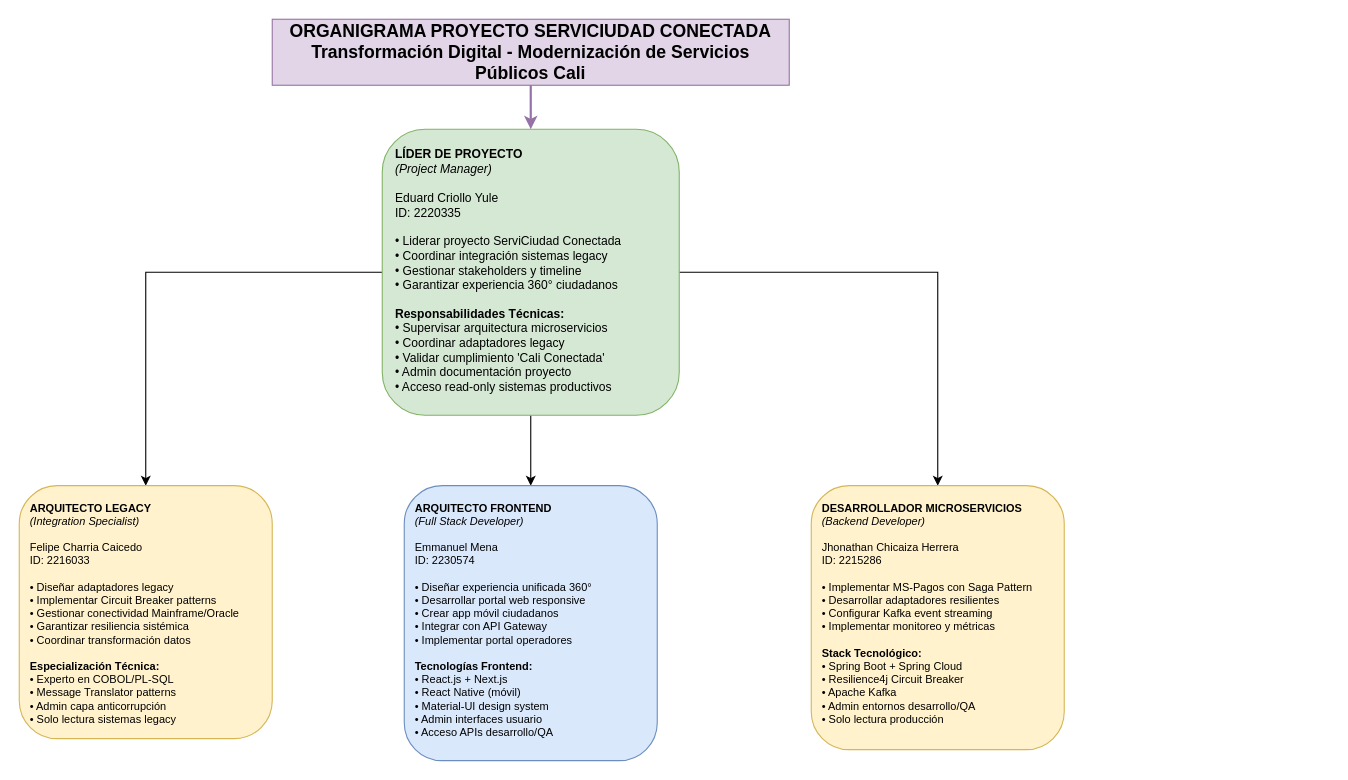
LeonarDPeace/Ingenieria-Software-2 keeps this draw.io diagram as Graficos/Xml/0. Organigrama.drawio.xml. Above is the earlier version. Source tidied: cells renumbered, new cells numbered last; positions are measured from the earlier drawing's top-left corner, leaving out a move shared by most shapes. Both pictures are drawn from the tidied source at 110%, with x=0, y=0 at pixel (19, 19).
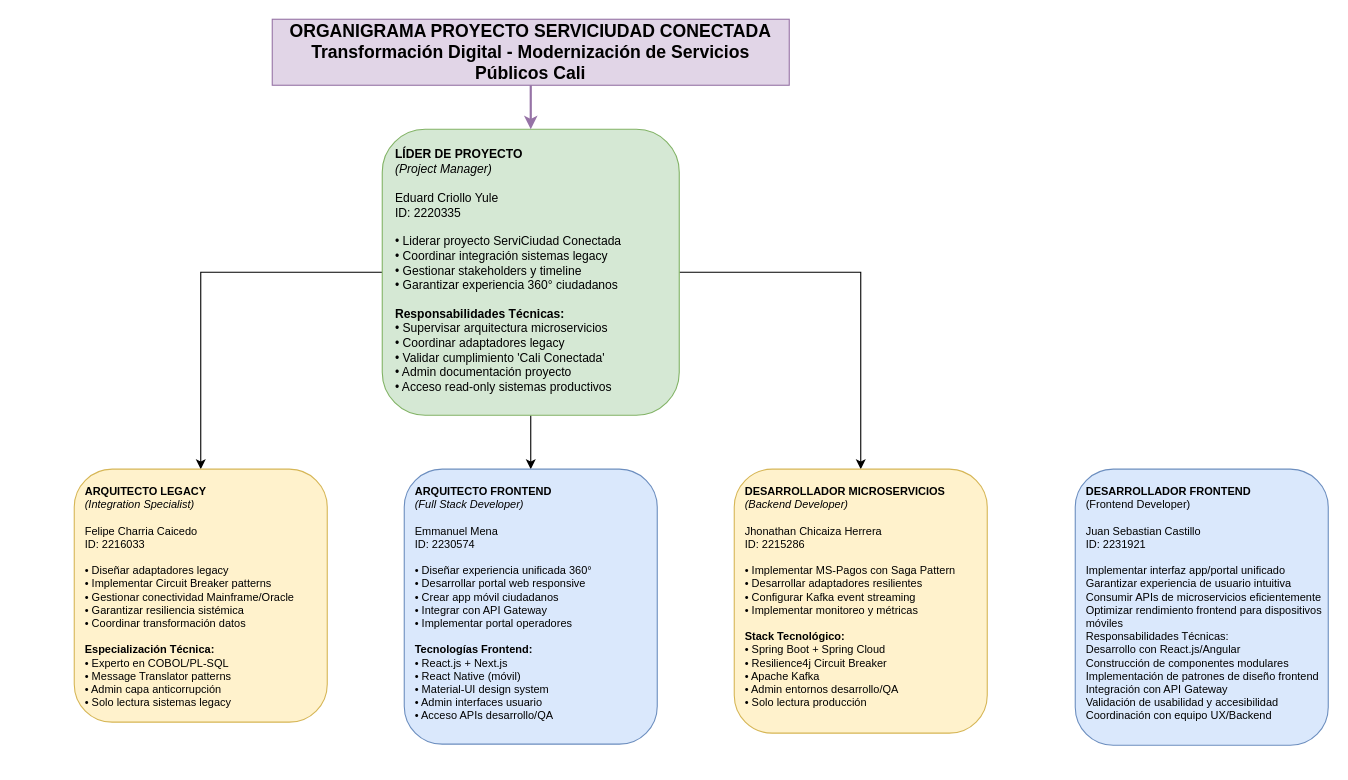
The same page after the edit.

The edit, as a diff of the source:
```diff
@@
 <mxGraphModel>
   <root>
     <mxCell id="0" />
     <mxCell id="1" parent="0" />
     <mxCell id="2" value="ORGANIGRAMA PROYECTO SERVICIUDAD CONECTADA&#10;Transformación Digital - Modernización de Servicios Públicos Cali" style="rounded=0;whiteSpace=wrap;html=1;fontSize=16;fontStyle=1;fillColor=#e1d5e7;strokeColor=#9673a6;align=center;" parent="1" vertex="1">
       <mxGeometry x="230" width="470" height="60" as="geometry" />
     </mxCell>
     <mxCell id="3" style="edgeStyle=orthogonalEdgeStyle;rounded=0;jettySize=auto;html=1;entryX=0.5;entryY=0;entryDx=0;entryDy=0;" parent="1" edge="1" source="6" target="8">
       <mxGeometry relative="1" as="geometry" />
     </mxCell>
     <mxCell id="4" style="edgeStyle=orthogonalEdgeStyle;rounded=0;jettySize=auto;html=1;entryX=0.5;entryY=0;entryDx=0;entryDy=0;" parent="1" edge="1" source="6" target="9">
       <mxGeometry relative="1" as="geometry" />
     </mxCell>
     <mxCell id="5" style="edgeStyle=orthogonalEdgeStyle;rounded=0;jettySize=auto;html=1;entryX=0.5;entryY=0;entryDx=0;entryDy=0;" parent="1" edge="1" source="6" target="10">
       <mxGeometry relative="1" as="geometry" />
     </mxCell>
     <mxCell id="6" value="&lt;b&gt;LÍDER DE PROYECTO&lt;/b&gt;&#10;&lt;i&gt;(Project Manager)&lt;/i&gt;&#10;&#10;Eduard Criollo Yule&#10;ID: 2220335&#10;&#10;• Liderar proyecto ServiCiudad Conectada&#10;• Coordinar integración sistemas legacy&#10;• Gestionar stakeholders y timeline&#10;• Garantizar experiencia 360° ciudadanos&#10;&#10;&lt;b&gt;Responsabilidades Técnicas:&lt;/b&gt;&#10;• Supervisar arquitectura microservicios&#10;• Coordinar adaptadores legacy&#10;• Validar cumplimiento 'Cali Conectada'&#10;• Admin documentación proyecto&#10;• Acceso read-only sistemas productivos" style="rounded=1;whiteSpace=wrap;html=1;fontSize=11;fillColor=#d5e8d4;strokeColor=#82b366;align=left;verticalAlign=top;spacingLeft=10;spacingTop=10;" parent="1" vertex="1">
       <mxGeometry x="330" y="100" width="270" height="260" as="geometry" />
     </mxCell>
     <mxCell id="7" style="edgeStyle=orthogonalEdgeStyle;rounded=0;jettySize=auto;html=1;strokeWidth=2;fillColor=#e1d5e7;strokeColor=#9673a6;" parent="1" edge="1" source="2" target="6">
       <mxGeometry relative="1" as="geometry" />
     </mxCell>
     <mxCell id="8" value="&lt;b&gt;ARQUITECTO LEGACY&lt;/b&gt;&#10;&lt;i&gt;(Integration Specialist)&lt;/i&gt;&#10;&#10;Felipe Charria Caicedo&#10;ID: 2216033&#10;&#10;• Diseñar adaptadores legacy&#10;• Implementar Circuit Breaker patterns&#10;• Gestionar conectividad Mainframe/Oracle&#10;• Garantizar resiliencia sistémica&#10;• Coordinar transformación datos&#10;&#10;&lt;b&gt;Especialización Técnica:&lt;/b&gt;&#10;• Experto en COBOL/PL-SQL&#10;• Message Translator patterns&#10;• Admin capa anticorrupción&#10;• Solo lectura sistemas legacy" style="rounded=1;whiteSpace=wrap;html=1;fontSize=10;fillColor=#fff2cc;strokeColor=#d6b656;align=left;verticalAlign=top;spacingLeft=8;spacingTop=8;" parent="1" vertex="1">
-      <mxGeometry y="424" width="230" height="230" as="geometry" />
+      <mxGeometry x="50" y="409" width="230" height="230" as="geometry" />
     </mxCell>
     <mxCell id="9" value="&lt;b&gt;DESARROLLADOR MICROSERVICIOS&lt;/b&gt;&#10;&lt;i&gt;(Backend Developer)&lt;/i&gt;&#10;&#10;Jhonathan Chicaiza Herrera&#10;ID: 2215286&#10;&#10;• Implementar MS-Pagos con Saga Pattern&#10;• Desarrollar adaptadores resilientes&#10;• Configurar Kafka event streaming&#10;• Implementar monitoreo y métricas&#10;&#10;&lt;b&gt;Stack Tecnológico:&lt;/b&gt;&#10;• Spring Boot + Spring Cloud&#10;• Resilience4j Circuit Breaker&#10;• Apache Kafka&#10;• Admin entornos desarrollo/QA&#10;• Solo lectura producción" style="rounded=1;whiteSpace=wrap;html=1;fontSize=10;fillColor=#fff2cc;strokeColor=#d6b656;align=left;verticalAlign=top;spacingLeft=8;spacingTop=8;" parent="1" vertex="1">
-      <mxGeometry x="720" y="424" width="230" height="240" as="geometry" />
+      <mxGeometry x="650" y="409" width="230" height="240" as="geometry" />
     </mxCell>
     <mxCell id="10" value="&lt;b&gt;ARQUITECTO FRONTEND&lt;/b&gt;&#10;&lt;i&gt;(Full Stack Developer)&lt;/i&gt;&#10;&#10;Emmanuel Mena&#10;ID: 2230574&#10;&#10;• Diseñar experiencia unificada 360°&#10;• Desarrollar portal web responsive&#10;• Crear app móvil ciudadanos&#10;• Integrar con API Gateway&#10;• Implementar portal operadores&#10;&#10;&lt;b&gt;Tecnologías Frontend:&lt;/b&gt;&#10;• React.js + Next.js&#10;• React Native (móvil)&#10;• Material-UI design system&#10;• Admin interfaces usuario&#10;• Acceso APIs desarrollo/QA" style="rounded=1;whiteSpace=wrap;html=1;fontSize=10;fillColor=#dae8fc;strokeColor=#6c8ebf;align=left;verticalAlign=top;spacingLeft=8;spacingTop=8;" parent="1" vertex="1">
-      <mxGeometry x="350" y="424" width="230" height="250" as="geometry" />
+      <mxGeometry x="350" y="409" width="230" height="250" as="geometry" />
     </mxCell>
+    <mxCell id="11" value="&lt;div&gt;&lt;b&gt;DESARROLLADOR FRONTEND&lt;/b&gt;&lt;/div&gt;&lt;div&gt;&lt;span style=&quot;background-color: transparent; color: light-dark(rgb(0, 0, 0), rgb(255, 255, 255));&quot;&gt;(Frontend Developer)&lt;/span&gt;&lt;/div&gt;&lt;div&gt;&lt;span style=&quot;background-color: transparent; color: light-dark(rgb(0, 0, 0), rgb(255, 255, 255));&quot;&gt;&lt;br&gt;&lt;/span&gt;&lt;/div&gt;&lt;div&gt;Juan Sebastian Castillo&lt;/div&gt;&lt;div&gt;ID: 2231921&lt;/div&gt;&lt;div&gt;&lt;br&gt;&lt;/div&gt;&lt;div&gt;Implementar interfaz app/portal unificado&lt;/div&gt;&lt;div&gt;Garantizar experiencia de usuario intuitiva&lt;/div&gt;&lt;div&gt;Consumir APIs de microservicios eficientemente&lt;/div&gt;&lt;div&gt;Optimizar rendimiento frontend para dispositivos móviles&lt;/div&gt;&lt;div&gt;Responsabilidades Técnicas:&lt;/div&gt;&lt;div&gt;Desarrollo con React.js/Angular&lt;/div&gt;&lt;div&gt;Construcción de componentes modulares&lt;/div&gt;&lt;div&gt;Implementación de patrones de diseño frontend&lt;/div&gt;&lt;div&gt;Integración con API Gateway&lt;/div&gt;&lt;div&gt;Validación de usabilidad y accesibilidad&lt;/div&gt;&lt;div&gt;Coordinación con equipo UX/Backend&lt;/div&gt;" style="rounded=1;whiteSpace=wrap;html=1;fontSize=10;fillColor=#dae8fc;strokeColor=#6c8ebf;align=left;verticalAlign=top;spacingLeft=8;spacingTop=8;" parent="1" vertex="1">
+      <mxGeometry x="960" y="409" width="230" height="251" as="geometry" />
+    </mxCell>
   </root>
 </mxGraphModel>
```
